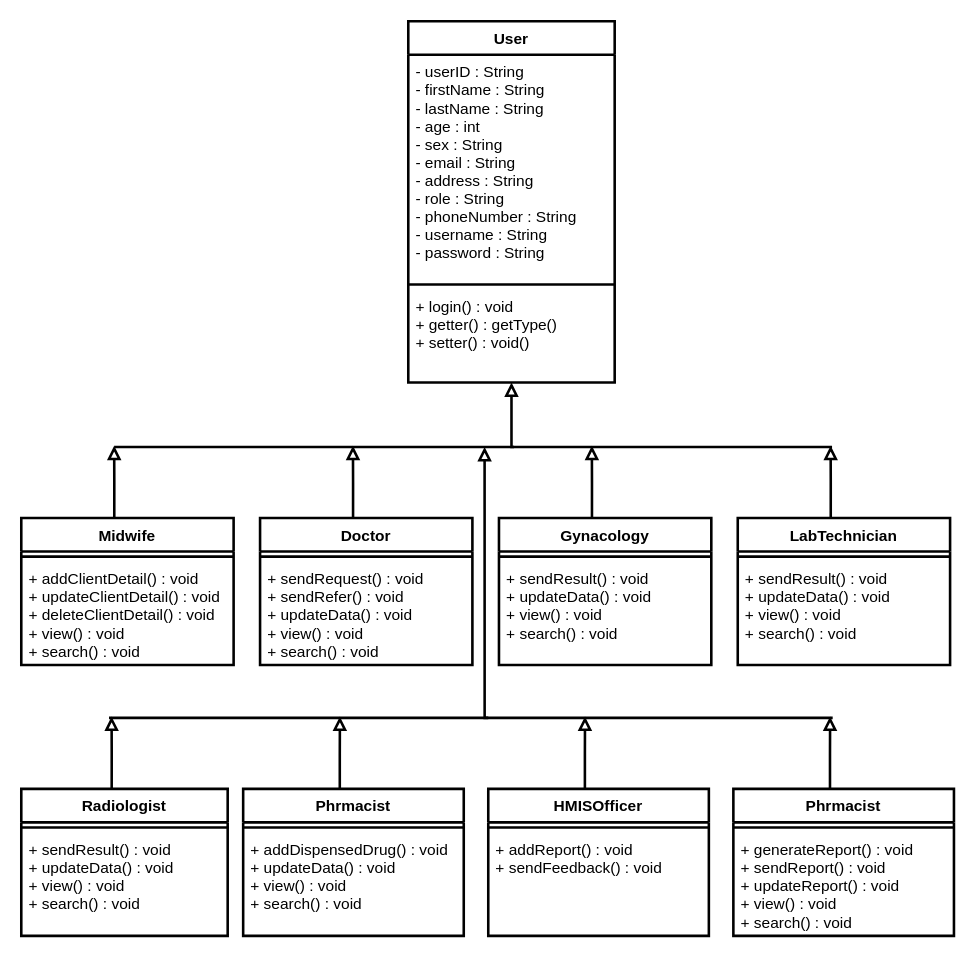
This is Class Diagram.drawio from fasil712/UML_Diagram_Design, a draw.io file, before an edit. Source tidied: cells renumbered, new cells numbered last; positions are measured from the earlier drawing's top-left corner, leaving out a move shared by most shapes. Both pictures are drawn from the tidied source at 129%, with x=0, y=0 at pixel (21, 21).
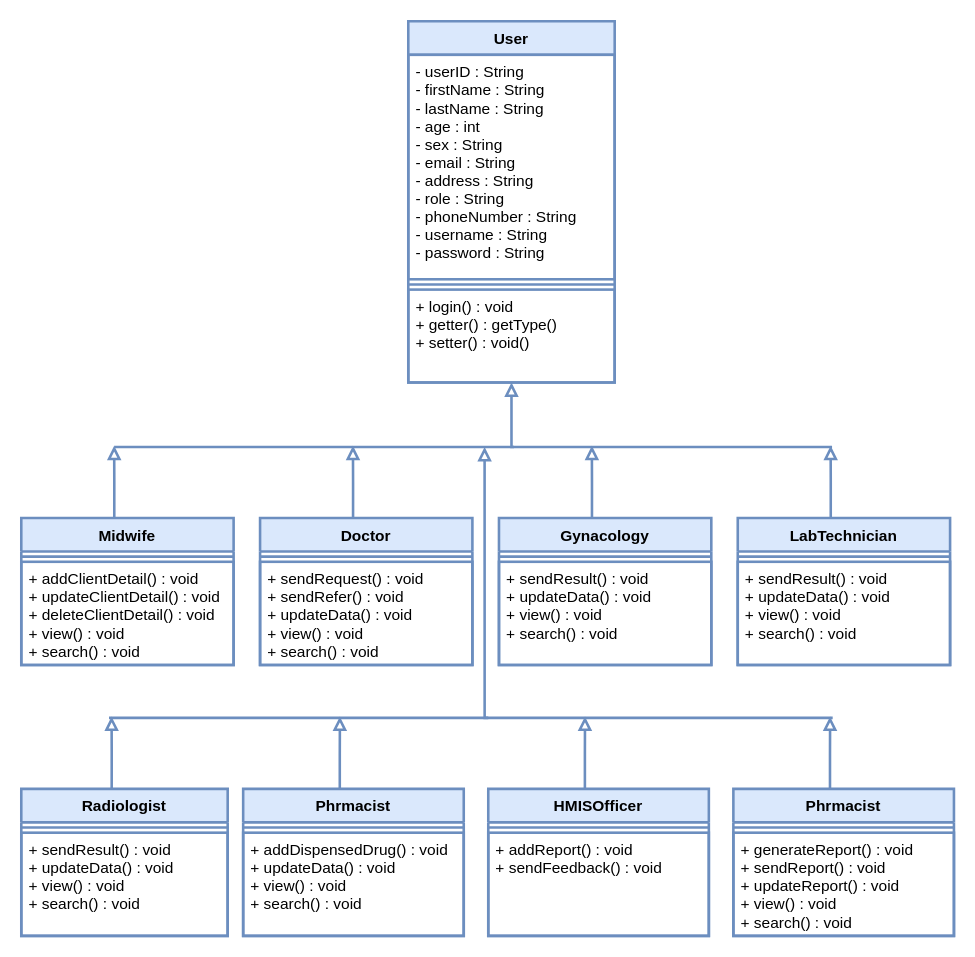
After the change.

The edit, as a diff of the source:
```diff
@@
-    <mxCell id="2" value="User" style="swimlane;fontStyle=1;align=center;verticalAlign=top;horizontal=1;startSize=26;strokeWidth=2;spacingTop=0;fontSize=12;" parent="1" vertex="1">
+    <mxCell id="2" value="User" style="swimlane;fontStyle=1;align=center;verticalAlign=top;horizontal=1;startSize=26;strokeWidth=2;spacingTop=0;fontSize=12;strokeColor=#6c8ebf;fillColor=#dae8fc;" parent="1" vertex="1">
       <mxGeometry x="300" width="160" height="280" as="geometry" />
     </mxCell>
-    <mxCell id="3" value="- userID : String&#10;- firstName : String&#10;- lastName : String&#10;- age : int&#10;- sex : String&#10;- email : String&#10;- address : String&#10;- role : String&#10;- phoneNumber : String&#10;- username : String&#10;- password : String" style="text;strokeColor=none;fillColor=none;align=left;verticalAlign=top;spacingLeft=4;spacingRight=4;overflow=hidden;strokeWidth=2;spacingTop=0;fontSize=12;" parent="2" vertex="1">
+    <mxCell id="3" value="- userID : String&#10;- firstName : String&#10;- lastName : String&#10;- age : int&#10;- sex : String&#10;- email : String&#10;- address : String&#10;- role : String&#10;- phoneNumber : String&#10;- username : String&#10;- password : String" style="text;strokeColor=#6C8EBF;fillColor=none;align=left;verticalAlign=top;spacingLeft=4;spacingRight=4;overflow=hidden;strokeWidth=2;spacingTop=0;fontSize=12;" parent="2" vertex="1">
       <mxGeometry y="26" width="160" height="174" as="geometry" />
     </mxCell>
-    <mxCell id="4" style="line;strokeWidth=2;fillColor=none;align=left;verticalAlign=middle;spacingTop=0;spacingLeft=3;spacingRight=3;labelPosition=right;fontSize=12;" parent="2" vertex="1">
+    <mxCell id="4" style="line;strokeWidth=2;fillColor=none;align=left;verticalAlign=middle;spacingTop=0;spacingLeft=3;spacingRight=3;labelPosition=right;fontSize=12;strokeColor=#6C8EBF;" parent="2" vertex="1">
       <mxGeometry y="200" width="160" height="8" as="geometry" />
     </mxCell>
-    <mxCell id="5" value="+ login() : void&#10;+ getter() : getType()&#10;+ setter() : void()&#10;" style="text;strokeColor=none;fillColor=none;align=left;verticalAlign=top;spacingLeft=4;spacingRight=4;overflow=hidden;strokeWidth=2;spacingTop=0;fontSize=12;" parent="2" vertex="1">
+    <mxCell id="5" value="+ login() : void&#10;+ getter() : getType()&#10;+ setter() : void()&#10;" style="text;strokeColor=#6C8EBF;fillColor=none;align=left;verticalAlign=top;spacingLeft=4;spacingRight=4;overflow=hidden;strokeWidth=2;spacingTop=0;fontSize=12;" parent="2" vertex="1">
       <mxGeometry y="208" width="160" height="72" as="geometry" />
     </mxCell>
-    <mxCell id="6" style="edgeStyle=orthogonalEdgeStyle;rounded=0;orthogonalLoop=1;jettySize=auto;html=1;endArrow=block;endFill=0;strokeWidth=2;spacingTop=0;fontSize=12;" parent="1" edge="1">
+    <mxCell id="6" style="edgeStyle=orthogonalEdgeStyle;rounded=0;orthogonalLoop=1;jettySize=auto;html=1;endArrow=block;endFill=0;strokeWidth=2;spacingTop=0;fontSize=12;strokeColor=#6C8EBF;" parent="1" edge="1">
       <mxGeometry relative="1" as="geometry">
         <mxPoint x="382" y="330" as="sourcePoint" />
         <mxPoint x="380" y="280" as="targetPoint" />
         <Array as="points">
           <mxPoint x="382" y="330" />
         </Array>
       </mxGeometry>
     </mxCell>
-    <mxCell id="7" style="group;" parent="1" vertex="1">
+    <mxCell id="7" style="group;strokeColor=none;" parent="1" vertex="1">
       <mxGeometry y="326" width="720" height="173" as="geometry" />
     </mxCell>
-    <mxCell id="8" style="edgeStyle=orthogonalEdgeStyle;rounded=0;jettySize=auto;html=1;endArrow=block;endFill=0;exitX=0.438;exitY=0.018;exitDx=0;exitDy=0;exitPerimeter=0;strokeWidth=2;spacingTop=0;fontSize=12;" parent="7" edge="1" source="9">
+    <mxCell id="8" style="edgeStyle=orthogonalEdgeStyle;rounded=0;jettySize=auto;html=1;endArrow=block;endFill=0;exitX=0.438;exitY=0.018;exitDx=0;exitDy=0;exitPerimeter=0;strokeWidth=2;spacingTop=0;fontSize=12;strokeColor=#6C8EBF;" parent="7" edge="1" source="9">
       <mxGeometry relative="1" as="geometry">
         <mxPoint x="72" y="3" as="targetPoint" />
       </mxGeometry>
     </mxCell>
-    <mxCell id="9" value="Midwife" style="swimlane;fontStyle=1;align=center;verticalAlign=top;horizontal=1;startSize=26;strokeWidth=2;spacingTop=0;fontSize=12;" parent="7" vertex="1">
+    <mxCell id="9" value="Midwife" style="swimlane;fontStyle=1;align=center;verticalAlign=top;horizontal=1;startSize=26;strokeWidth=2;spacingTop=0;fontSize=12;strokeColor=#6c8ebf;fillColor=#dae8fc;" parent="7" vertex="1">
       <mxGeometry y="59" width="164.6" height="114" as="geometry" />
     </mxCell>
-    <mxCell id="10" style="line;strokeWidth=2;fillColor=none;align=left;verticalAlign=middle;spacingTop=0;spacingLeft=3;spacingRight=3;labelPosition=right;fontSize=12;" parent="9" vertex="1">
+    <mxCell id="10" style="line;strokeWidth=2;fillColor=none;align=left;verticalAlign=middle;spacingTop=0;spacingLeft=3;spacingRight=3;labelPosition=right;fontSize=12;strokeColor=#6C8EBF;" parent="9" vertex="1">
       <mxGeometry y="26" width="164.6" height="8" as="geometry" />
     </mxCell>
-    <mxCell id="11" value="+ addClientDetail() : void&#10;+ updateClientDetail() : void&#10;+ deleteClientDetail() : void&#10;+ view() : void&#10;+ search() : void&#10;" style="text;strokeColor=none;fillColor=none;align=left;verticalAlign=top;spacingLeft=4;spacingRight=4;overflow=hidden;strokeWidth=2;spacingTop=0;fontSize=12;" parent="9" vertex="1">
+    <mxCell id="11" value="+ addClientDetail() : void&#10;+ updateClientDetail() : void&#10;+ deleteClientDetail() : void&#10;+ view() : void&#10;+ search() : void&#10;" style="text;strokeColor=#6C8EBF;fillColor=none;align=left;verticalAlign=top;spacingLeft=4;spacingRight=4;overflow=hidden;strokeWidth=2;spacingTop=0;fontSize=12;" parent="9" vertex="1">
       <mxGeometry y="34" width="164.6" height="80" as="geometry" />
     </mxCell>
-    <mxCell id="12" style="line;strokeWidth=2;fillColor=none;align=left;verticalAlign=middle;spacingTop=0;spacingLeft=3;spacingRight=3;labelPosition=right;points=[];portConstraint=eastwest;fontSize=12;" parent="7" vertex="1">
+    <mxCell id="12" style="line;strokeWidth=2;fillColor=none;align=left;verticalAlign=middle;spacingTop=0;spacingLeft=3;spacingRight=3;labelPosition=right;points=[];portConstraint=eastwest;fontSize=12;strokeColor=#6C8EBF;" parent="7" vertex="1">
       <mxGeometry x="72" width="556.5" height="8" as="geometry" />
     </mxCell>
-    <mxCell id="13" style="edgeStyle=orthogonalEdgeStyle;rounded=0;jettySize=auto;html=1;endArrow=block;endFill=0;exitX=0.438;exitY=0.018;exitDx=0;exitDy=0;exitPerimeter=0;strokeWidth=2;spacingTop=0;fontSize=12;" parent="7" edge="1" source="14">
+    <mxCell id="13" style="edgeStyle=orthogonalEdgeStyle;rounded=0;jettySize=auto;html=1;endArrow=block;endFill=0;exitX=0.438;exitY=0.018;exitDx=0;exitDy=0;exitPerimeter=0;strokeWidth=2;spacingTop=0;fontSize=12;strokeColor=#6C8EBF;" parent="7" edge="1" source="14">
       <mxGeometry relative="1" as="geometry">
         <mxPoint x="257.1" y="3" as="targetPoint" />
       </mxGeometry>
     </mxCell>
-    <mxCell id="14" value="Doctor" style="swimlane;fontStyle=1;align=center;verticalAlign=top;horizontal=1;startSize=26;strokeWidth=2;spacingTop=0;fontSize=12;" parent="7" vertex="1">
+    <mxCell id="14" value="Doctor" style="swimlane;fontStyle=1;align=center;verticalAlign=top;horizontal=1;startSize=26;strokeWidth=2;spacingTop=0;fontSize=12;strokeColor=#6c8ebf;fillColor=#dae8fc;" parent="7" vertex="1">
       <mxGeometry x="185.1" y="59" width="164.6" height="114" as="geometry" />
     </mxCell>
-    <mxCell id="15" style="line;strokeWidth=2;fillColor=none;align=left;verticalAlign=middle;spacingTop=0;spacingLeft=3;spacingRight=3;labelPosition=right;fontSize=12;" parent="14" vertex="1">
+    <mxCell id="15" style="line;strokeWidth=2;fillColor=none;align=left;verticalAlign=middle;spacingTop=0;spacingLeft=3;spacingRight=3;labelPosition=right;fontSize=12;strokeColor=#6C8EBF;" parent="14" vertex="1">
       <mxGeometry y="26" width="164.6" height="8" as="geometry" />
     </mxCell>
-    <mxCell id="16" value="+ sendRequest() : void&#10;+ sendRefer() : void&#10;+ updateData() : void&#10;+ view() : void&#10;+ search() : void&#10;" style="text;strokeColor=none;fillColor=none;align=left;verticalAlign=top;spacingLeft=4;spacingRight=4;overflow=hidden;strokeWidth=2;spacingTop=0;fontSize=12;" parent="14" vertex="1">
+    <mxCell id="16" value="+ sendRequest() : void&#10;+ sendRefer() : void&#10;+ updateData() : void&#10;+ view() : void&#10;+ search() : void&#10;" style="text;strokeColor=#6C8EBF;fillColor=none;align=left;verticalAlign=top;spacingLeft=4;spacingRight=4;overflow=hidden;strokeWidth=2;spacingTop=0;fontSize=12;" parent="14" vertex="1">
       <mxGeometry y="34" width="164.6" height="80" as="geometry" />
     </mxCell>
-    <mxCell id="17" style="edgeStyle=orthogonalEdgeStyle;rounded=0;jettySize=auto;html=1;endArrow=block;endFill=0;exitX=0.438;exitY=0.018;exitDx=0;exitDy=0;exitPerimeter=0;strokeWidth=2;spacingTop=0;fontSize=12;" parent="7" edge="1" source="18">
+    <mxCell id="17" style="edgeStyle=orthogonalEdgeStyle;rounded=0;jettySize=auto;html=1;endArrow=block;endFill=0;exitX=0.438;exitY=0.018;exitDx=0;exitDy=0;exitPerimeter=0;strokeWidth=2;spacingTop=0;fontSize=12;strokeColor=#6C8EBF;" parent="7" edge="1" source="18">
       <mxGeometry relative="1" as="geometry">
         <mxPoint x="442.3" y="3" as="targetPoint" />
       </mxGeometry>
     </mxCell>
-    <mxCell id="18" value="Gynacology" style="swimlane;fontStyle=1;align=center;verticalAlign=top;horizontal=1;startSize=26;strokeWidth=2;spacingTop=0;fontSize=12;" parent="7" vertex="1">
+    <mxCell id="18" value="Gynacology" style="swimlane;fontStyle=1;align=center;verticalAlign=top;horizontal=1;startSize=26;strokeWidth=2;spacingTop=0;fontSize=12;strokeColor=#6c8ebf;fillColor=#dae8fc;" parent="7" vertex="1">
       <mxGeometry x="370.3" y="59" width="164.6" height="114" as="geometry" />
     </mxCell>
-    <mxCell id="19" style="line;strokeWidth=2;fillColor=none;align=left;verticalAlign=middle;spacingTop=0;spacingLeft=3;spacingRight=3;labelPosition=right;fontSize=12;" parent="18" vertex="1">
+    <mxCell id="19" style="line;strokeWidth=2;fillColor=none;align=left;verticalAlign=middle;spacingTop=0;spacingLeft=3;spacingRight=3;labelPosition=right;fontSize=12;strokeColor=#6C8EBF;" parent="18" vertex="1">
       <mxGeometry y="26" width="164.6" height="8" as="geometry" />
     </mxCell>
-    <mxCell id="20" value="+ sendResult() : void&#10;+ updateData() : void&#10;+ view() : void&#10;+ search() : void" style="text;strokeColor=none;fillColor=none;align=left;verticalAlign=top;spacingLeft=4;spacingRight=4;overflow=hidden;strokeWidth=2;spacingTop=0;fontSize=12;" parent="18" vertex="1">
+    <mxCell id="20" value="+ sendResult() : void&#10;+ updateData() : void&#10;+ view() : void&#10;+ search() : void" style="text;strokeColor=#6C8EBF;fillColor=none;align=left;verticalAlign=top;spacingLeft=4;spacingRight=4;overflow=hidden;strokeWidth=2;spacingTop=0;fontSize=12;" parent="18" vertex="1">
       <mxGeometry y="34" width="164.6" height="80" as="geometry" />
     </mxCell>
-    <mxCell id="21" style="edgeStyle=orthogonalEdgeStyle;rounded=0;jettySize=auto;html=1;endArrow=block;endFill=0;exitX=0.438;exitY=0.018;exitDx=0;exitDy=0;exitPerimeter=0;strokeWidth=2;spacingTop=0;fontSize=12;" parent="7" edge="1" source="22">
+    <mxCell id="21" style="edgeStyle=orthogonalEdgeStyle;rounded=0;jettySize=auto;html=1;endArrow=block;endFill=0;exitX=0.438;exitY=0.018;exitDx=0;exitDy=0;exitPerimeter=0;strokeWidth=2;spacingTop=0;fontSize=12;strokeColor=#6C8EBF;" parent="7" edge="1" source="22">
       <mxGeometry relative="1" as="geometry">
         <mxPoint x="627.4" y="3" as="targetPoint" />
       </mxGeometry>
     </mxCell>
-    <mxCell id="22" value="LabTechnician" style="swimlane;fontStyle=1;align=center;verticalAlign=top;horizontal=1;startSize=26;strokeWidth=2;spacingTop=0;fontSize=12;" parent="7" vertex="1">
+    <mxCell id="22" value="LabTechnician" style="swimlane;fontStyle=1;align=center;verticalAlign=top;horizontal=1;startSize=26;strokeWidth=2;spacingTop=0;fontSize=12;strokeColor=#6c8ebf;fillColor=#dae8fc;" parent="7" vertex="1">
       <mxGeometry x="555.4" y="59" width="164.6" height="114" as="geometry" />
     </mxCell>
-    <mxCell id="23" style="line;strokeWidth=2;fillColor=none;align=left;verticalAlign=middle;spacingTop=0;spacingLeft=3;spacingRight=3;labelPosition=right;fontSize=12;" parent="22" vertex="1">
+    <mxCell id="23" style="line;strokeWidth=2;fillColor=none;align=left;verticalAlign=middle;spacingTop=0;spacingLeft=3;spacingRight=3;labelPosition=right;fontSize=12;strokeColor=#6C8EBF;" parent="22" vertex="1">
       <mxGeometry y="26" width="164.6" height="8" as="geometry" />
     </mxCell>
-    <mxCell id="24" value="+ sendResult() : void&#10;+ updateData() : void&#10;+ view() : void&#10;+ search() : void" style="text;strokeColor=none;fillColor=none;align=left;verticalAlign=top;spacingLeft=4;spacingRight=4;overflow=hidden;strokeWidth=2;spacingTop=0;fontSize=12;" parent="22" vertex="1">
+    <mxCell id="24" value="+ sendResult() : void&#10;+ updateData() : void&#10;+ view() : void&#10;+ search() : void" style="text;strokeColor=#6C8EBF;fillColor=none;align=left;verticalAlign=top;spacingLeft=4;spacingRight=4;overflow=hidden;strokeWidth=2;spacingTop=0;fontSize=12;" parent="22" vertex="1">
       <mxGeometry y="34" width="164.6" height="80" as="geometry" />
     </mxCell>
-    <mxCell id="25" style="group;" parent="1" vertex="1">
+    <mxCell id="25" style="group;strokeColor=none;" parent="1" vertex="1">
       <mxGeometry y="536" width="723" height="173" as="geometry" />
     </mxCell>
-    <mxCell id="26" style="edgeStyle=orthogonalEdgeStyle;rounded=0;jettySize=auto;html=1;endArrow=block;endFill=0;exitX=0.438;exitY=0.018;exitDx=0;exitDy=0;exitPerimeter=0;strokeWidth=2;spacingTop=0;fontSize=12;" parent="25" edge="1" source="27">
+    <mxCell id="26" style="edgeStyle=orthogonalEdgeStyle;rounded=0;jettySize=auto;html=1;endArrow=block;endFill=0;exitX=0.438;exitY=0.018;exitDx=0;exitDy=0;exitPerimeter=0;strokeWidth=2;spacingTop=0;fontSize=12;strokeColor=#6C8EBF;" parent="25" edge="1" source="27">
       <mxGeometry relative="1" as="geometry">
         <mxPoint x="70" y="3" as="targetPoint" />
       </mxGeometry>
     </mxCell>
-    <mxCell id="27" value="Radiologist" style="swimlane;fontStyle=1;align=center;verticalAlign=top;horizontal=1;startSize=26;strokeWidth=2;spacingTop=0;fontSize=12;" parent="25" vertex="1">
+    <mxCell id="27" value="Radiologist" style="swimlane;fontStyle=1;align=center;verticalAlign=top;horizontal=1;startSize=26;strokeWidth=2;spacingTop=0;fontSize=12;strokeColor=#6c8ebf;fillColor=#dae8fc;" parent="25" vertex="1">
       <mxGeometry y="59" width="160" height="114" as="geometry" />
     </mxCell>
-    <mxCell id="28" style="line;strokeWidth=2;fillColor=none;align=left;verticalAlign=middle;spacingTop=0;spacingLeft=3;spacingRight=3;labelPosition=right;fontSize=12;" parent="27" vertex="1">
+    <mxCell id="28" style="line;strokeWidth=2;fillColor=none;align=left;verticalAlign=middle;spacingTop=0;spacingLeft=3;spacingRight=3;labelPosition=right;fontSize=12;strokeColor=#6C8EBF;" parent="27" vertex="1">
       <mxGeometry y="26" width="160" height="8" as="geometry" />
     </mxCell>
-    <mxCell id="29" value="+ sendResult() : void&#10;+ updateData() : void&#10;+ view() : void&#10;+ search() : void" style="text;strokeColor=none;fillColor=none;align=left;verticalAlign=top;spacingLeft=4;spacingRight=4;overflow=hidden;strokeWidth=2;spacingTop=0;fontSize=12;" parent="27" vertex="1">
+    <mxCell id="29" value="+ sendResult() : void&#10;+ updateData() : void&#10;+ view() : void&#10;+ search() : void" style="text;strokeColor=#6C8EBF;fillColor=none;align=left;verticalAlign=top;spacingLeft=4;spacingRight=4;overflow=hidden;strokeWidth=2;spacingTop=0;fontSize=12;" parent="27" vertex="1">
       <mxGeometry y="34" width="160" height="80" as="geometry" />
     </mxCell>
-    <mxCell id="30" style="edgeStyle=orthogonalEdgeStyle;rounded=0;jettySize=auto;html=1;endArrow=block;endFill=0;exitX=0.438;exitY=0.018;exitDx=0;exitDy=0;exitPerimeter=0;strokeWidth=2;spacingTop=0;fontSize=12;" parent="25" edge="1" source="31">
+    <mxCell id="30" style="edgeStyle=orthogonalEdgeStyle;rounded=0;jettySize=auto;html=1;endArrow=block;endFill=0;exitX=0.438;exitY=0.018;exitDx=0;exitDy=0;exitPerimeter=0;strokeWidth=2;spacingTop=0;fontSize=12;strokeColor=#6C8EBF;" parent="25" edge="1" source="31">
       <mxGeometry relative="1" as="geometry">
         <mxPoint x="247" y="3" as="targetPoint" />
       </mxGeometry>
     </mxCell>
-    <mxCell id="31" value="Phrmacist" style="swimlane;fontStyle=1;align=center;verticalAlign=top;horizontal=1;startSize=26;strokeWidth=2;spacingTop=0;fontSize=12;" parent="25" vertex="1">
+    <mxCell id="31" value="Phrmacist" style="swimlane;fontStyle=1;align=center;verticalAlign=top;horizontal=1;startSize=26;strokeWidth=2;spacingTop=0;fontSize=12;strokeColor=#6c8ebf;fillColor=#dae8fc;" parent="25" vertex="1">
       <mxGeometry x="172" y="59" width="171" height="114" as="geometry" />
     </mxCell>
-    <mxCell id="32" style="line;strokeWidth=2;fillColor=none;align=left;verticalAlign=middle;spacingTop=0;spacingLeft=3;spacingRight=3;labelPosition=right;fontSize=12;" parent="31" vertex="1">
+    <mxCell id="32" style="line;strokeWidth=2;fillColor=none;align=left;verticalAlign=middle;spacingTop=0;spacingLeft=3;spacingRight=3;labelPosition=right;fontSize=12;strokeColor=#6C8EBF;" parent="31" vertex="1">
       <mxGeometry y="26" width="171" height="8" as="geometry" />
     </mxCell>
-    <mxCell id="33" value="+ addDispensedDrug() : void&#10;+ updateData() : void&#10;+ view() : void&#10;+ search() : void&#10;" style="text;strokeColor=none;fillColor=none;align=left;verticalAlign=top;spacingLeft=4;spacingRight=4;overflow=hidden;strokeWidth=2;spacingTop=0;fontSize=12;" parent="31" vertex="1">
+    <mxCell id="33" value="+ addDispensedDrug() : void&#10;+ updateData() : void&#10;+ view() : void&#10;+ search() : void&#10;" style="text;strokeColor=#6C8EBF;fillColor=none;align=left;verticalAlign=top;spacingLeft=4;spacingRight=4;overflow=hidden;strokeWidth=2;spacingTop=0;fontSize=12;" parent="31" vertex="1">
       <mxGeometry y="34" width="171" height="80" as="geometry" />
     </mxCell>
-    <mxCell id="34" style="edgeStyle=orthogonalEdgeStyle;rounded=0;jettySize=auto;html=1;endArrow=block;endFill=0;exitX=0.438;exitY=0.018;exitDx=0;exitDy=0;exitPerimeter=0;strokeWidth=2;spacingTop=0;fontSize=12;" parent="25" edge="1" source="35">
+    <mxCell id="34" style="edgeStyle=orthogonalEdgeStyle;rounded=0;jettySize=auto;html=1;endArrow=block;endFill=0;exitX=0.438;exitY=0.018;exitDx=0;exitDy=0;exitPerimeter=0;strokeWidth=2;spacingTop=0;fontSize=12;strokeColor=#6C8EBF;" parent="25" edge="1" source="35">
       <mxGeometry relative="1" as="geometry">
         <mxPoint x="437" y="3" as="targetPoint" />
       </mxGeometry>
     </mxCell>
-    <mxCell id="35" value="HMISOfficer" style="swimlane;fontStyle=1;align=center;verticalAlign=top;horizontal=1;startSize=26;strokeWidth=2;spacingTop=0;fontSize=12;" parent="25" vertex="1">
+    <mxCell id="35" value="HMISOfficer" style="swimlane;fontStyle=1;align=center;verticalAlign=top;horizontal=1;startSize=26;strokeWidth=2;spacingTop=0;fontSize=12;strokeColor=#6c8ebf;fillColor=#dae8fc;" parent="25" vertex="1">
       <mxGeometry x="362" y="59" width="171" height="114" as="geometry" />
     </mxCell>
-    <mxCell id="36" style="line;strokeWidth=2;fillColor=none;align=left;verticalAlign=middle;spacingTop=0;spacingLeft=3;spacingRight=3;labelPosition=right;fontSize=12;" parent="35" vertex="1">
+    <mxCell id="36" style="line;strokeWidth=2;fillColor=none;align=left;verticalAlign=middle;spacingTop=0;spacingLeft=3;spacingRight=3;labelPosition=right;fontSize=12;strokeColor=#6C8EBF;" parent="35" vertex="1">
       <mxGeometry y="26" width="171" height="8" as="geometry" />
     </mxCell>
-    <mxCell id="37" value="+ addReport() : void&#10;+ sendFeedback() : void" style="text;strokeColor=none;fillColor=none;align=left;verticalAlign=top;spacingLeft=4;spacingRight=4;overflow=hidden;strokeWidth=2;spacingTop=0;fontSize=12;" parent="35" vertex="1">
+    <mxCell id="37" value="+ addReport() : void&#10;+ sendFeedback() : void" style="text;strokeColor=#6C8EBF;fillColor=none;align=left;verticalAlign=top;spacingLeft=4;spacingRight=4;overflow=hidden;strokeWidth=2;spacingTop=0;fontSize=12;" parent="35" vertex="1">
       <mxGeometry y="34" width="171" height="80" as="geometry" />
     </mxCell>
-    <mxCell id="38" style="edgeStyle=orthogonalEdgeStyle;rounded=0;jettySize=auto;html=1;endArrow=block;endFill=0;exitX=0.438;exitY=0.018;exitDx=0;exitDy=0;exitPerimeter=0;strokeWidth=2;spacingTop=0;fontSize=12;" parent="25" edge="1" source="39">
+    <mxCell id="38" style="edgeStyle=orthogonalEdgeStyle;rounded=0;jettySize=auto;html=1;endArrow=block;endFill=0;exitX=0.438;exitY=0.018;exitDx=0;exitDy=0;exitPerimeter=0;strokeWidth=2;spacingTop=0;fontSize=12;strokeColor=#6C8EBF;" parent="25" edge="1" source="39">
       <mxGeometry relative="1" as="geometry">
         <mxPoint x="627" y="3" as="targetPoint" />
       </mxGeometry>
     </mxCell>
-    <mxCell id="39" value="Phrmacist" style="swimlane;fontStyle=1;align=center;verticalAlign=top;horizontal=1;startSize=26;strokeWidth=2;spacingTop=0;fontSize=12;" parent="25" vertex="1">
+    <mxCell id="39" value="Phrmacist" style="swimlane;fontStyle=1;align=center;verticalAlign=top;horizontal=1;startSize=26;strokeWidth=2;spacingTop=0;fontSize=12;strokeColor=#6c8ebf;fillColor=#dae8fc;" parent="25" vertex="1">
       <mxGeometry x="552" y="59" width="171" height="114" as="geometry" />
     </mxCell>
-    <mxCell id="40" style="line;strokeWidth=2;fillColor=none;align=left;verticalAlign=middle;spacingTop=0;spacingLeft=3;spacingRight=3;labelPosition=right;fontSize=12;" parent="39" vertex="1">
+    <mxCell id="40" style="line;strokeWidth=2;fillColor=none;align=left;verticalAlign=middle;spacingTop=0;spacingLeft=3;spacingRight=3;labelPosition=right;fontSize=12;strokeColor=#6C8EBF;" parent="39" vertex="1">
       <mxGeometry y="26" width="171" height="8" as="geometry" />
     </mxCell>
-    <mxCell id="41" value="+ generateReport() : void&#10;+ sendReport() : void&#10;+ updateReport() : void&#10;+ view() : void&#10;+ search() : void&#10;" style="text;strokeColor=none;fillColor=none;align=left;verticalAlign=top;spacingLeft=4;spacingRight=4;overflow=hidden;strokeWidth=2;spacingTop=0;fontSize=12;" parent="39" vertex="1">
+    <mxCell id="41" value="+ generateReport() : void&#10;+ sendReport() : void&#10;+ updateReport() : void&#10;+ view() : void&#10;+ search() : void&#10;" style="text;strokeColor=#6C8EBF;fillColor=none;align=left;verticalAlign=top;spacingLeft=4;spacingRight=4;overflow=hidden;strokeWidth=2;spacingTop=0;fontSize=12;" parent="39" vertex="1">
       <mxGeometry y="34" width="171" height="80" as="geometry" />
     </mxCell>
-    <mxCell id="42" style="line;strokeWidth=2;fillColor=none;align=left;verticalAlign=middle;spacingTop=0;spacingLeft=3;spacingRight=3;labelPosition=right;fontSize=12;" parent="25" vertex="1">
+    <mxCell id="42" style="line;strokeWidth=2;fillColor=none;align=left;verticalAlign=middle;spacingTop=0;spacingLeft=3;spacingRight=3;labelPosition=right;fontSize=12;strokeColor=#6C8EBF;" parent="25" vertex="1">
       <mxGeometry x="68" width="561" height="8" as="geometry" />
     </mxCell>
-    <mxCell id="43" style="edgeStyle=orthogonalEdgeStyle;rounded=0;jettySize=auto;html=1;endArrow=block;endFill=0;strokeWidth=2;spacingTop=0;fontSize=12;entryX=0.516;entryY=0.5;entryDx=0;entryDy=0;entryPerimeter=0;" parent="1" edge="1" target="12">
+    <mxCell id="43" style="edgeStyle=orthogonalEdgeStyle;rounded=0;jettySize=auto;html=1;endArrow=block;endFill=0;strokeWidth=2;spacingTop=0;fontSize=12;entryX=0.516;entryY=0.5;entryDx=0;entryDy=0;entryPerimeter=0;strokeColor=#6C8EBF;" parent="1" edge="1" target="12">
       <mxGeometry relative="1" as="geometry">
         <mxPoint x="362" y="540" as="sourcePoint" />
         <Array as="points">
           <mxPoint x="359" y="540" />
         </Array>
       </mxGeometry>
     </mxCell>
```
